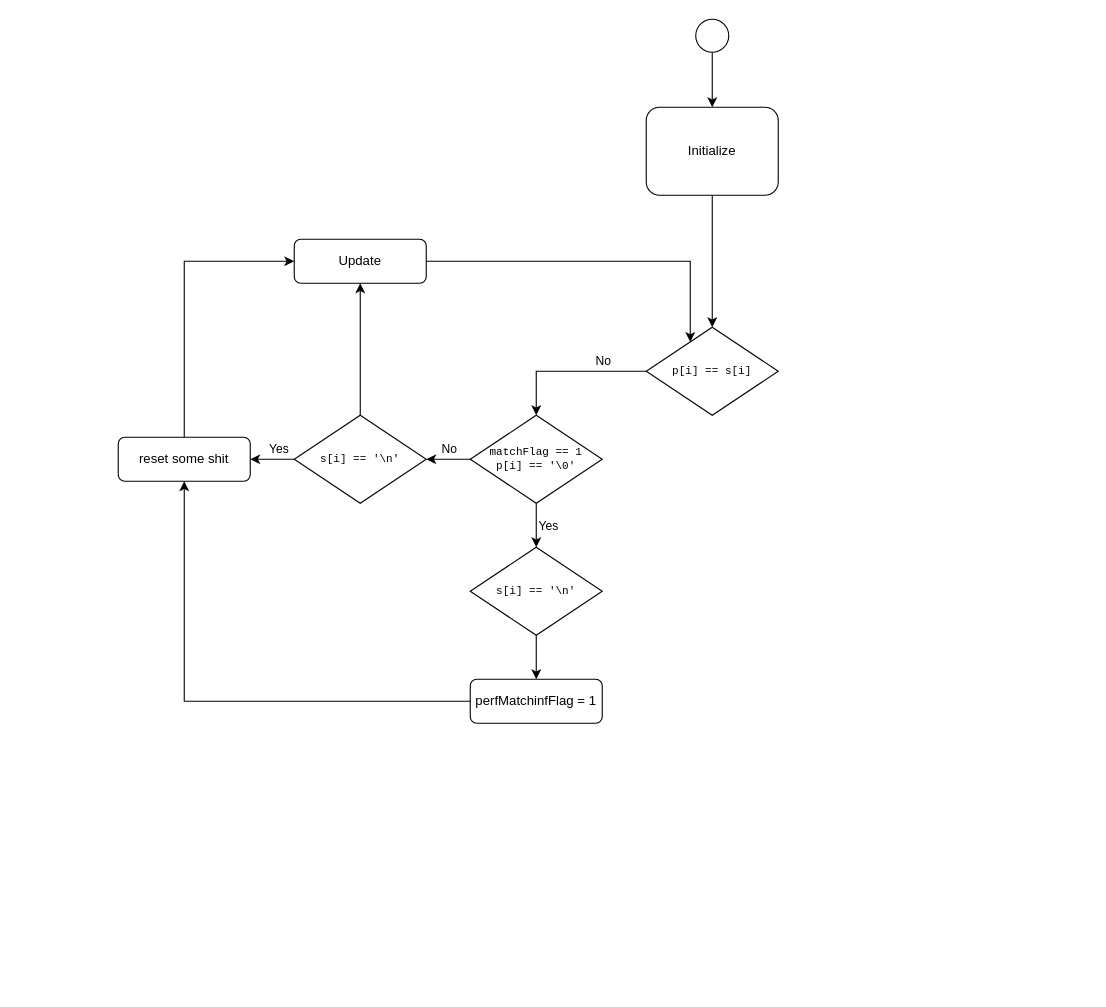
The draw.io diagram project_01/keyfilter.drawio in Tetour/FIT_IZP, before the edit. Source tidied: cells renumbered, new cells numbered last; positions are measured from the earlier drawing's top-left corner, leaving out a move shared by most shapes. Both pictures are drawn from the tidied source at 110%, with x=0, y=0 at pixel (118, 19).
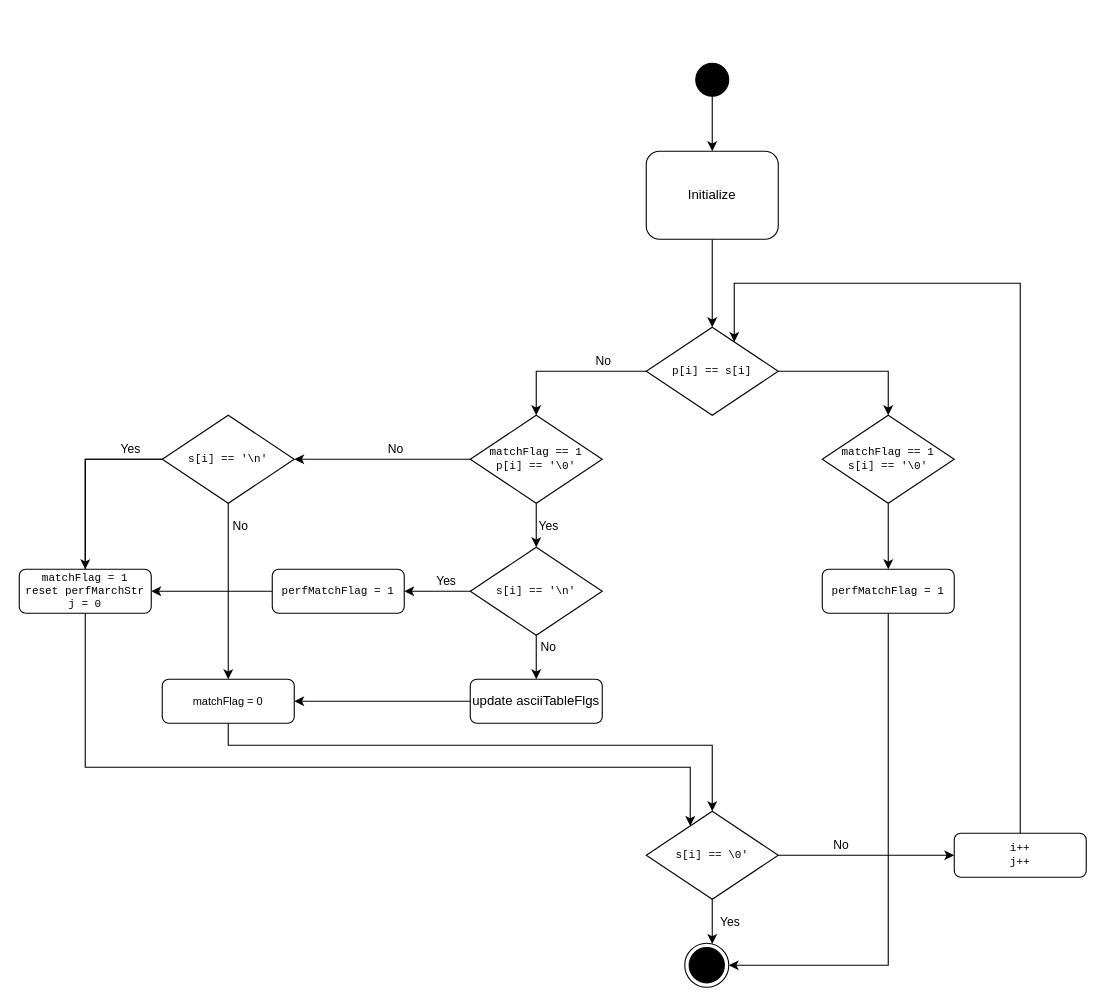
The same page after the edit.

Unchanged cells that the change refers to:
```xml
<mxCell id="4" value="&lt;pre style=&quot;font-size: 10px;&quot;&gt;&lt;font style=&quot;font-size: 10px;&quot;&gt;p[i] == s[i]&lt;br&gt;&lt;/font&gt;&lt;/pre&gt;" style="rhombus;whiteSpace=wrap;html=1;hachureGap=4;fontFamily=Architects Daughter;fontSize=20;rounded=0;" parent="1" vertex="1">
  <mxGeometry x="480" y="280" width="120" height="80" as="geometry" />
</mxCell>
<mxCell id="10" style="edgeStyle=orthogonalEdgeStyle;rounded=0;jettySize=auto;html=1;" parent="1" edge="1" source="11" target="15">
  <mxGeometry relative="1" as="geometry" />
</mxCell>
<mxCell id="11" value="&lt;div style=&quot;font-size: 10px;&quot; align=&quot;center&quot;&gt;&lt;pre&gt;s[i] == '\n'&lt;br&gt;&lt;/pre&gt;&lt;/div&gt;" style="rhombus;whiteSpace=wrap;html=1;hachureGap=4;fontFamily=Architects Daughter;fontSize=20;rounded=0;" parent="1" vertex="1">
  <mxGeometry x="320" y="480" width="120" height="80" as="geometry" />
</mxCell>
<mxCell id="16" style="edgeStyle=orthogonalEdgeStyle;rounded=0;jettySize=auto;html=1;" parent="1" edge="1" source="19" target="13">
  <mxGeometry relative="1" as="geometry" />
</mxCell>
```

Change to the diagram source:
```diff
@@
+    <mxCell id="26" style="edgeStyle=orthogonalEdgeStyle;rounded=0;jettySize=auto;html=1;" parent="1" edge="1" source="4" target="33">
+      <mxGeometry relative="1" as="geometry">
+        <Array as="points">
+          <mxPoint x="700" y="320" />
+        </Array>
+      </mxGeometry>
+    </mxCell>
@@
+    <mxCell id="27" value="Yes" style="edgeLabel;html=1;align=center;verticalAlign=middle;" parent="10" vertex="1">
+      <mxGeometry x="0.1" relative="1" as="geometry">
+        <mxPoint x="10" y="-10" as="offset" />
+      </mxGeometry>
+    </mxCell>
+    <mxCell id="28" style="edgeStyle=orthogonalEdgeStyle;rounded=0;jettySize=auto;html=1;" parent="1" edge="1" source="11" target="35">
+      <mxGeometry relative="1" as="geometry" />
+    </mxCell>
+    <mxCell id="29" value="No" style="edgeLabel;html=1;align=center;verticalAlign=middle;" parent="28" vertex="1">
+      <mxGeometry x="-0.16" relative="1" as="geometry">
+        <mxPoint x="10" y="-7" as="offset" />
+      </mxGeometry>
+    </mxCell>
@@
-    <mxCell id="12" style="edgeStyle=orthogonalEdgeStyle;rounded=0;jettySize=auto;html=1;" parent="1" edge="1" source="13" target="21">
+    <mxCell id="12" style="edgeStyle=orthogonalEdgeStyle;rounded=0;jettySize=auto;html=1;" parent="1" edge="1" target="42">
       <mxGeometry relative="1" as="geometry">
+        <mxPoint x="60" y="400" as="sourcePoint" />
         <Array as="points">
-          <mxPoint x="60" y="220" />
+          <mxPoint x="-30" y="400" />
+          <mxPoint x="-30" y="680" />
+          <mxPoint x="520" y="680" />
         </Array>
       </mxGeometry>
     </mxCell>
-    <mxCell id="13" value="reset some shit" style="rounded=1;whiteSpace=wrap;html=1;" parent="1" vertex="1">
-      <mxGeometry y="380" width="120" height="40" as="geometry" />
+    <mxCell id="13" value="&lt;div style=&quot;font-size: 10px;&quot; align=&quot;center&quot;&gt;&lt;pre&gt;matchFlag = 1&lt;br&gt;reset perfMarchStr&lt;br&gt;j = 0&lt;br&gt;&lt;/pre&gt;&lt;/div&gt;" style="rounded=1;whiteSpace=wrap;html=1;" parent="1" vertex="1">
+      <mxGeometry x="-90" y="500" width="120" height="40" as="geometry" />
     </mxCell>
@@
-    <mxCell id="15" value="&lt;div&gt;perfMatchinfFlag = 1&lt;/div&gt;" style="rounded=1;whiteSpace=wrap;html=1;" parent="1" vertex="1">
-      <mxGeometry x="320" y="600" width="120" height="40" as="geometry" />
+    <mxCell id="15" value="&lt;div style=&quot;font-size: 10px;&quot; align=&quot;center&quot;&gt;&lt;pre&gt;perfMatchFlag = 1&lt;br&gt;&lt;/pre&gt;&lt;/div&gt;" style="rounded=1;whiteSpace=wrap;html=1;" parent="1" vertex="1">
+      <mxGeometry x="140" y="500" width="120" height="40" as="geometry" />
     </mxCell>
@@
     <mxCell id="17" value="&lt;div&gt;Yes&lt;/div&gt;" style="edgeLabel;html=1;align=center;verticalAlign=middle;" parent="16" vertex="1">
       <mxGeometry x="-0.25" y="-3" relative="1" as="geometry">
-        <mxPoint y="-7" as="offset" />
+        <mxPoint x="34" y="-7" as="offset" />
       </mxGeometry>
     </mxCell>
     <mxCell id="18" style="edgeStyle=orthogonalEdgeStyle;rounded=0;jettySize=auto;html=1;" parent="1" edge="1" source="19" target="21">
-      <mxGeometry relative="1" as="geometry" />
+      <mxGeometry relative="1" as="geometry">
+        <Array as="points">
+          <mxPoint x="100" y="440" />
+          <mxPoint x="100" y="440" />
+        </Array>
+      </mxGeometry>
     </mxCell>
+    <mxCell id="30" value="&lt;div&gt;No&lt;/div&gt;" style="edgeLabel;html=1;align=center;verticalAlign=middle;" parent="18" vertex="1">
+      <mxGeometry x="0.05" relative="1" as="geometry">
+        <mxPoint x="10" y="-64" as="offset" />
+      </mxGeometry>
+    </mxCell>
     <mxCell id="19" value="&lt;div style=&quot;font-size: 10px;&quot; align=&quot;center&quot;&gt;&lt;pre&gt;s[i] == '\n'&lt;br&gt;&lt;/pre&gt;&lt;/div&gt;" style="rhombus;whiteSpace=wrap;html=1;hachureGap=4;fontFamily=Architects Daughter;fontSize=20;rounded=0;" parent="1" vertex="1">
-      <mxGeometry x="160" y="360" width="120" height="80" as="geometry" />
+      <mxGeometry x="40" y="360" width="120" height="80" as="geometry" />
     </mxCell>
-    <mxCell id="20" style="edgeStyle=orthogonalEdgeStyle;rounded=0;jettySize=auto;html=1;" parent="1" edge="1" source="21" target="4">
-      <mxGeometry relative="1" as="geometry">
-        <Array as="points">
-          <mxPoint x="520" y="220" />
-        </Array>
-      </mxGeometry>
-    </mxCell>
+    <mxCell id="31" style="edgeStyle=orthogonalEdgeStyle;rounded=0;jettySize=auto;html=1;" parent="1" edge="1" source="21" target="42">
+      <mxGeometry relative="1" as="geometry">
+        <Array as="points">
+          <mxPoint x="100" y="660" />
+          <mxPoint x="540" y="660" />
+        </Array>
+      </mxGeometry>
+    </mxCell>
-    <mxCell id="21" value="Update" style="rounded=1;whiteSpace=wrap;html=1;" parent="1" vertex="1">
-      <mxGeometry x="160" y="200" width="120" height="40" as="geometry" />
+    <mxCell id="21" value="&lt;font style=&quot;font-size: 10px;&quot;&gt;matchFlag = 0&lt;br&gt;&lt;/font&gt;" style="rounded=1;whiteSpace=wrap;html=1;" parent="1" vertex="1">
+      <mxGeometry x="40" y="600" width="120" height="40" as="geometry" />
     </mxCell>
@@
     <mxCell id="23" value="Initialize" style="rounded=1;whiteSpace=wrap;html=1;" parent="1" vertex="1">
-      <mxGeometry x="480" y="80" width="120" height="80" as="geometry" />
+      <mxGeometry x="480" y="120" width="120" height="80" as="geometry" />
     </mxCell>
-    <mxCell id="24" style="edgeStyle=orthogonalEdgeStyle;rounded=0;jettySize=auto;html=1;" parent="1" edge="1" source="25" target="23">
+    <mxCell id="24" style="edgeStyle=orthogonalEdgeStyle;rounded=0;jettySize=auto;html=1;" parent="1" edge="1" source="43" target="23">
       <mxGeometry relative="1" as="geometry" />
     </mxCell>
-    <mxCell id="25" style="ellipse;" parent="1" vertex="1">
-      <mxGeometry x="525" width="30" height="30" as="geometry" />
-    </mxCell>
+    <mxCell id="32" style="edgeStyle=orthogonalEdgeStyle;rounded=0;jettySize=auto;html=1;" parent="1" edge="1" source="33" target="46">
+      <mxGeometry relative="1" as="geometry" />
+    </mxCell>
+    <mxCell id="33" value="&lt;div style=&quot;font-size: 10px;&quot; align=&quot;center&quot;&gt;&lt;pre&gt;matchFlag == 1&lt;br&gt;s[i] == '\0'&lt;br&gt;&lt;/pre&gt;&lt;/div&gt;" style="rhombus;whiteSpace=wrap;html=1;hachureGap=4;fontFamily=Architects Daughter;fontSize=20;rounded=0;" parent="1" vertex="1">
+      <mxGeometry x="640" y="360" width="120" height="80" as="geometry" />
+    </mxCell>
+    <mxCell id="34" style="edgeStyle=orthogonalEdgeStyle;rounded=0;jettySize=auto;html=1;" parent="1" edge="1" source="35" target="21">
+      <mxGeometry relative="1" as="geometry">
+        <Array as="points">
+          <mxPoint x="60" y="620" />
+          <mxPoint x="60" y="620" />
+        </Array>
+      </mxGeometry>
+    </mxCell>
+    <mxCell id="35" value="update asciiTableFlgs" style="rounded=1;whiteSpace=wrap;html=1;" parent="1" vertex="1">
+      <mxGeometry x="320" y="600" width="120" height="40" as="geometry" />
+    </mxCell>
+    <mxCell id="36" style="edgeStyle=orthogonalEdgeStyle;rounded=0;jettySize=auto;html=1;" parent="1" edge="1" source="37" target="4">
+      <mxGeometry relative="1" as="geometry">
+        <Array as="points">
+          <mxPoint x="820" y="240" />
+          <mxPoint x="560" y="240" />
+        </Array>
+      </mxGeometry>
+    </mxCell>
+    <mxCell id="37" value="&lt;pre style=&quot;font-size: 10px;&quot;&gt;&lt;font style=&quot;font-size: 10px;&quot;&gt;i++&lt;br&gt;j++&lt;br&gt;&lt;/font&gt;&lt;/pre&gt;" style="rounded=1;whiteSpace=wrap;html=1;" parent="1" vertex="1">
+      <mxGeometry x="760" y="740" width="120" height="40" as="geometry" />
+    </mxCell>
+    <mxCell id="38" style="edgeStyle=orthogonalEdgeStyle;rounded=0;jettySize=auto;html=1;" parent="1" edge="1" source="42" target="37">
+      <mxGeometry relative="1" as="geometry" />
+    </mxCell>
+    <mxCell id="39" value="No" style="edgeLabel;html=1;align=center;verticalAlign=middle;" parent="38" vertex="1">
+      <mxGeometry x="-0.09" y="-2" relative="1" as="geometry">
+        <mxPoint x="-17" y="-12" as="offset" />
+      </mxGeometry>
+    </mxCell>
+    <mxCell id="40" style="edgeStyle=orthogonalEdgeStyle;rounded=0;jettySize=auto;html=1;" parent="1" edge="1" source="42" target="44">
+      <mxGeometry relative="1" as="geometry">
+        <Array as="points">
+          <mxPoint x="540" y="820" />
+          <mxPoint x="540" y="820" />
+        </Array>
+      </mxGeometry>
+    </mxCell>
+    <mxCell id="41" value="Yes" style="edgeLabel;html=1;align=center;verticalAlign=middle;" parent="40" vertex="1">
+      <mxGeometry x="-0.59" y="1" relative="1" as="geometry">
+        <mxPoint x="14" y="12" as="offset" />
+      </mxGeometry>
+    </mxCell>
+    <mxCell id="42" value="&lt;div style=&quot;font-size: 10px;&quot; align=&quot;center&quot;&gt;&lt;pre&gt;s[i] == \0'&lt;br&gt;&lt;/pre&gt;&lt;/div&gt;" style="rhombus;whiteSpace=wrap;html=1;hachureGap=4;fontFamily=Architects Daughter;fontSize=20;rounded=0;" parent="1" vertex="1">
+      <mxGeometry x="480" y="720" width="120" height="80" as="geometry" />
+    </mxCell>
+    <mxCell id="43" style="ellipse;fillColor=strokeColor;html=1;" parent="1" vertex="1">
+      <mxGeometry x="525" y="40" width="30" height="30" as="geometry" />
+    </mxCell>
+    <mxCell id="44" style="ellipse;html=1;shape=endState;fillColor=strokeColor;" parent="1" vertex="1">
+      <mxGeometry x="515" y="840" width="40" height="40" as="geometry" />
+    </mxCell>
+    <mxCell id="45" style="edgeStyle=orthogonalEdgeStyle;rounded=0;jettySize=auto;html=1;" parent="1" edge="1" source="46" target="44">
+      <mxGeometry relative="1" as="geometry">
+        <Array as="points">
+          <mxPoint x="700" y="860" />
+        </Array>
+      </mxGeometry>
+    </mxCell>
+    <mxCell id="46" value="&lt;div style=&quot;font-size: 10px;&quot; align=&quot;center&quot;&gt;&lt;pre&gt;perfMatchFlag = 1&lt;br&gt;&lt;/pre&gt;&lt;/div&gt;" style="rounded=1;whiteSpace=wrap;html=1;" parent="1" vertex="1">
+      <mxGeometry x="640" y="500" width="120" height="40" as="geometry" />
+    </mxCell>
```
